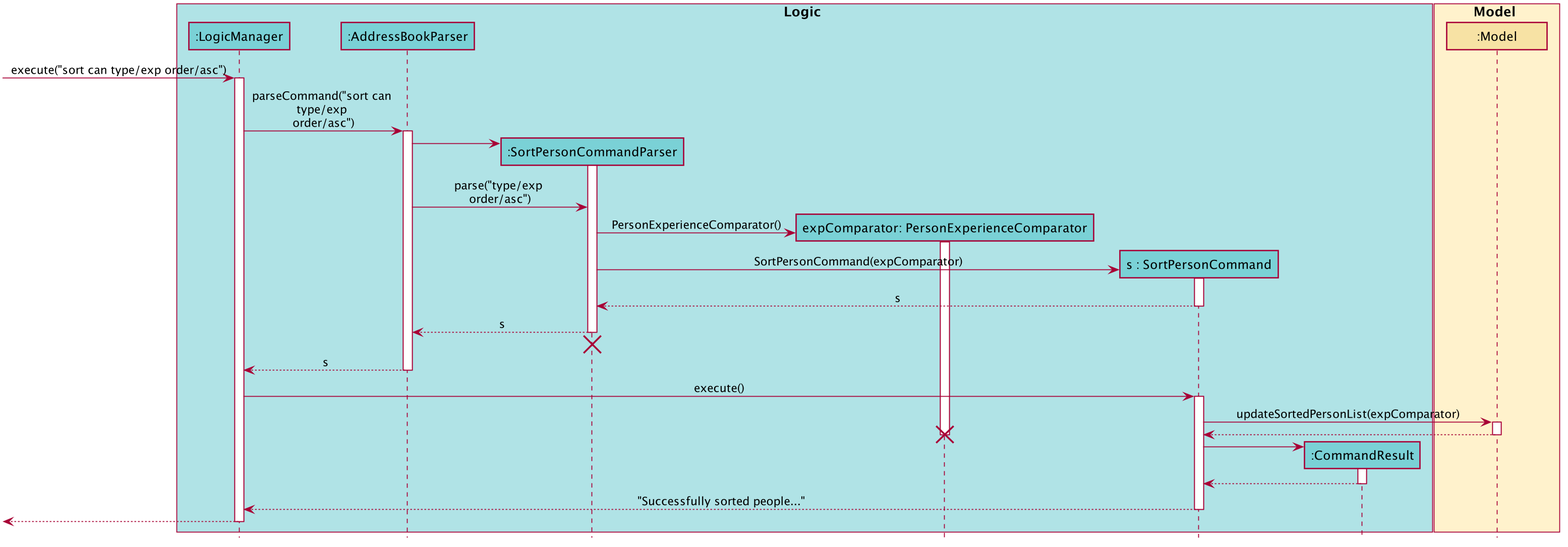
Earlier version of the PlantUML export docs/images/SortSequenceDiagramC.png (vanGoghhh/tp).
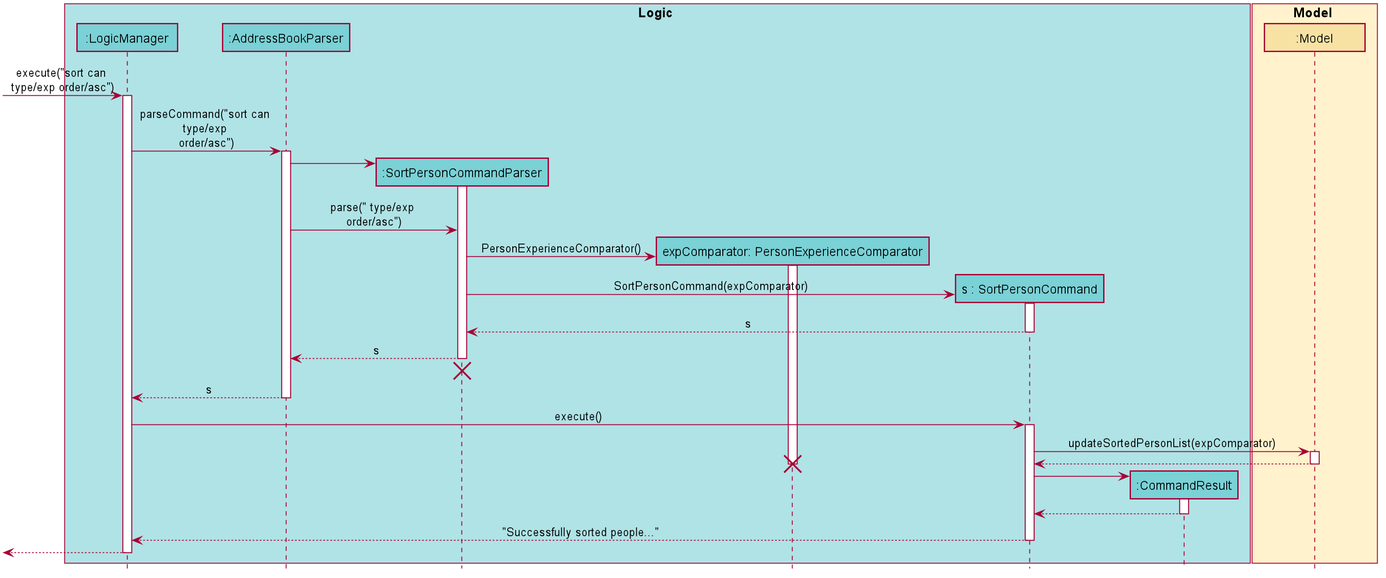
After the commit.

What changed in the source:
```diff
@@ -47,7 +47,7 @@
 hide footbox
 hide members
 hide circle
-scale 1.75
+scale 2
 
 box Logic #B0E3E6
 participant ":LogicManager" as LogicManager #7AD1D6
@@ -62,7 +62,7 @@
 participant ":Model" as Model #F7E2A4
 end box
 
-[-> LogicManager : execute("sort can type/exp order/asc")
+[-> LogicManager : execute("sort can \ntype/exp order/asc")
 activate LogicManager
 
 LogicManager -> AddressBookParser : parseCommand("sort can \ntype/exp \norder/asc")
@@ -73,7 +73,7 @@
 activate SortPersonCommandParser
 
 
-AddressBookParser -> SortPersonCommandParser : parse("type/exp \norder/asc")
+AddressBookParser -> SortPersonCommandParser : parse(" type/exp \norder/asc")
 
 
 
```
